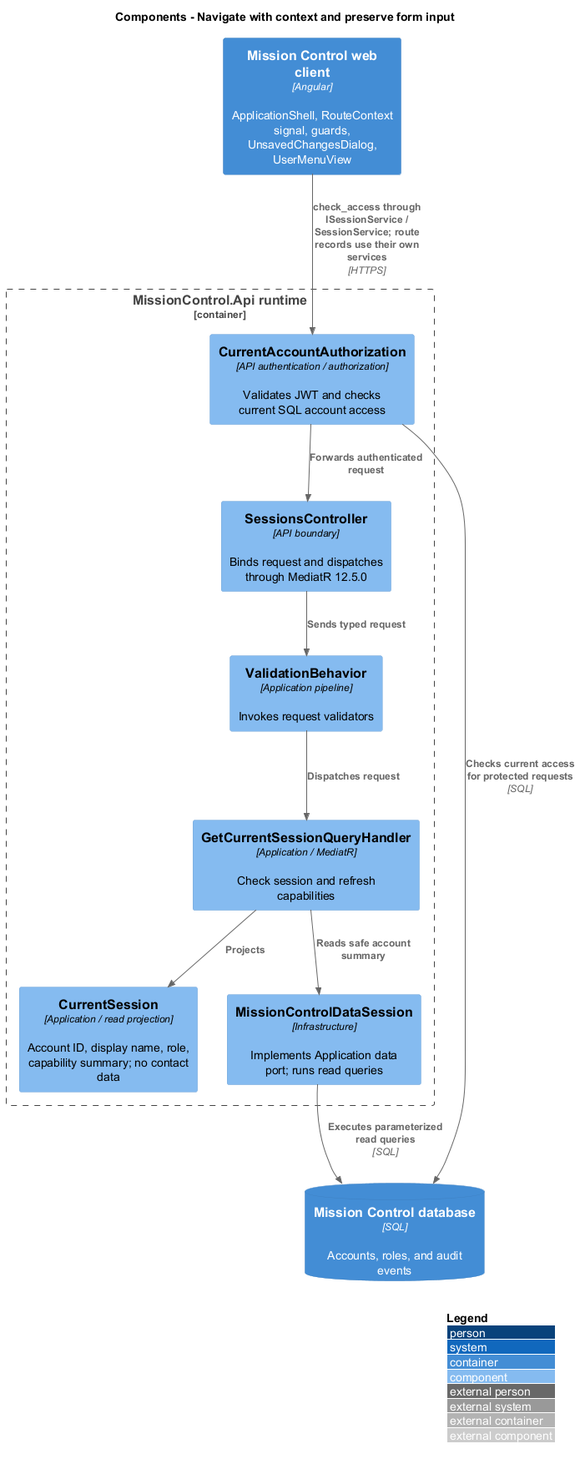
QuinntyneBrown/mission-control keeps this PlantUML diagram as docs/detailed-designs/workspace/navigate-and-recover-input/diagrams/c4-component.png. Above is the earlier version.
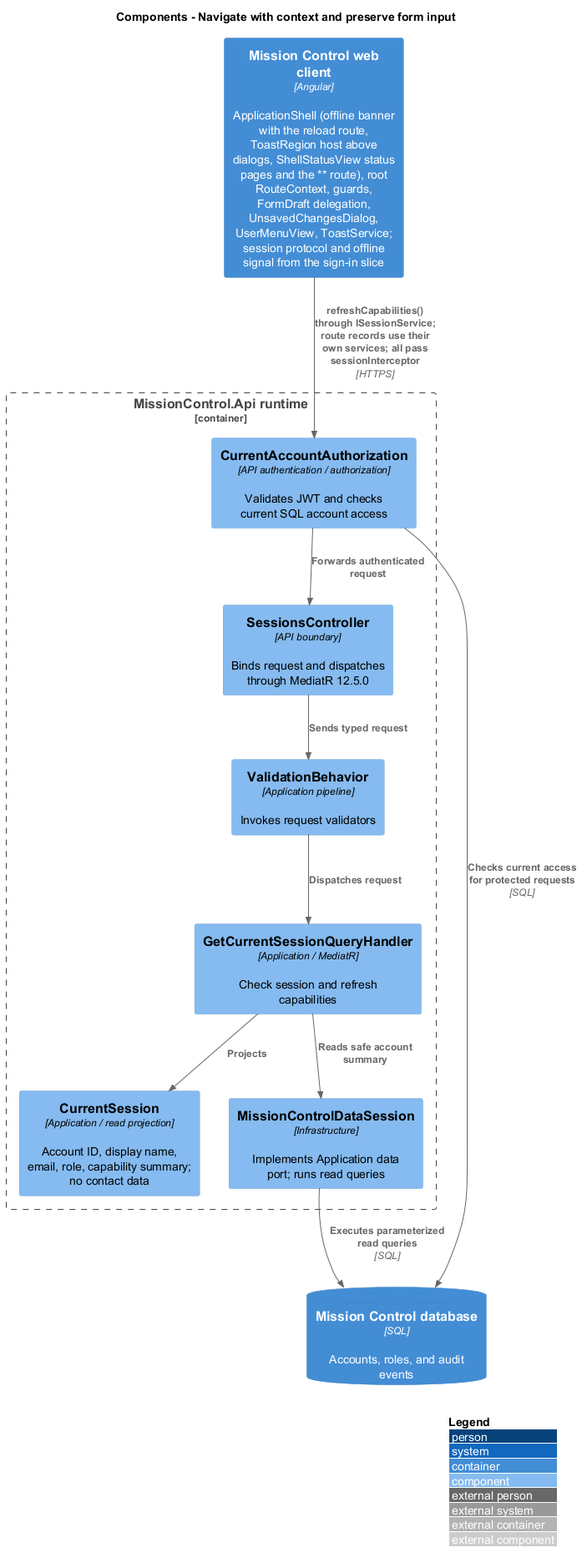
After the change.

Change to the diagram source:
```diff
@@ -2,15 +2,15 @@
 !include <C4/C4_Component>
 LAYOUT_WITH_LEGEND()
 title Components - Navigate with context and preserve form input
-Container(web, "Mission Control web client", "Angular", "ApplicationShell, RouteContext signal, guards, UnsavedChangesDialog, UserMenuView")
+Container(web, "Mission Control web client", "Angular", "ApplicationShell (offline banner with the reload route, ToastRegion host above dialogs, ShellStatusView status pages and the ** route), root RouteContext, guards, FormDraft delegation, UnsavedChangesDialog, UserMenuView, ToastService; session protocol and offline signal from the sign-in slice")
 ContainerDb(db, "Mission Control database", "SQL", "Accounts, roles, and audit events")
 Container_Boundary(api, "MissionControl.Api runtime") {
   Component(ctrl, "SessionsController", "API boundary", "Binds request and dispatches through MediatR 12.5.0")
   Component(access, "CurrentAccountAuthorization", "API authentication / authorization", "Validates JWT and checks current SQL account access")
   Component(validation, "ValidationBehavior", "Application pipeline", "Invokes request validators")
-  Component(entity, "CurrentSession", "Application / read projection", "Account ID, display name, role, capability summary; no contact data")
+  Component(entity, "CurrentSession", "Application / read projection", "Account ID, display name, email, role, capability summary; no contact data")
   Component(store, "MissionControlDataSession", "Infrastructure", "Implements Application data port; runs read queries")
-Rel(web, access, "check_access through ISessionService / SessionService; route records use their own services", "HTTPS")
+Rel(web, access, "refreshCapabilities() through ISessionService; route records use their own services; all pass sessionInterceptor", "HTTPS")
 Rel(access, db, "Checks current access for protected requests", "SQL")
 Rel(access, ctrl, "Forwards authenticated request")
 Rel(ctrl, validation, "Sends typed request")
```
